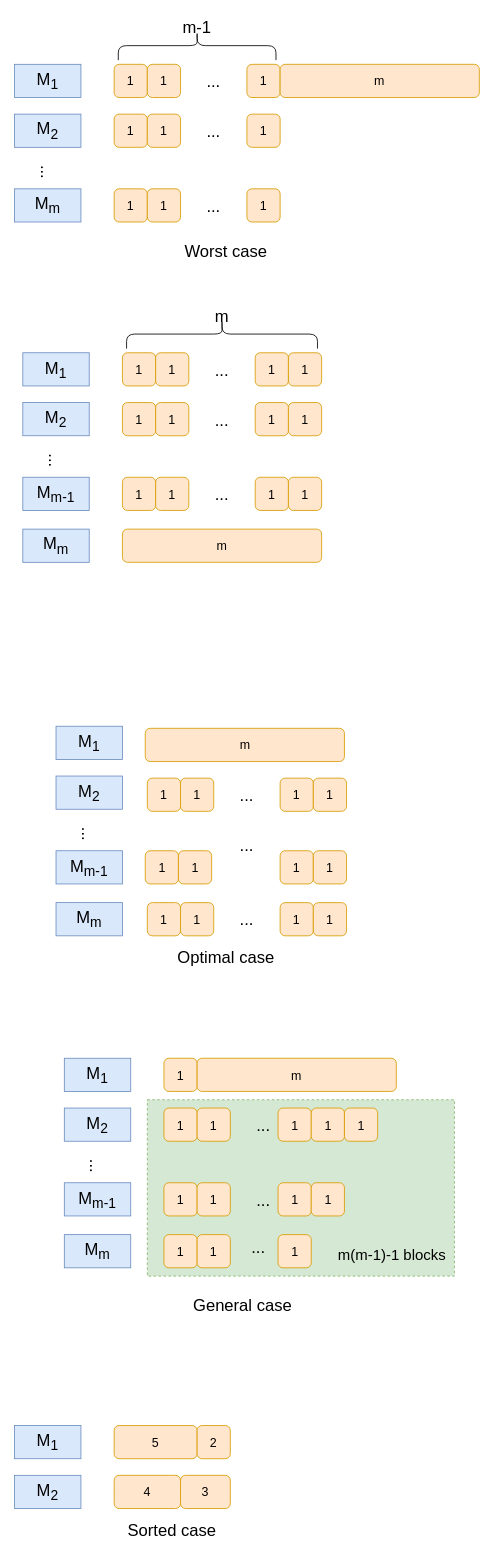
This is 高级算法.drawio from observer426/testForGit, a draw.io file, before an edit. Source tidied: cells renumbered, new cells numbered last; positions are measured from the earlier drawing's top-left corner, leaving out a move shared by most shapes. Both pictures are drawn from the tidied source at 83%, with x=0, y=0 at pixel (14, -34).
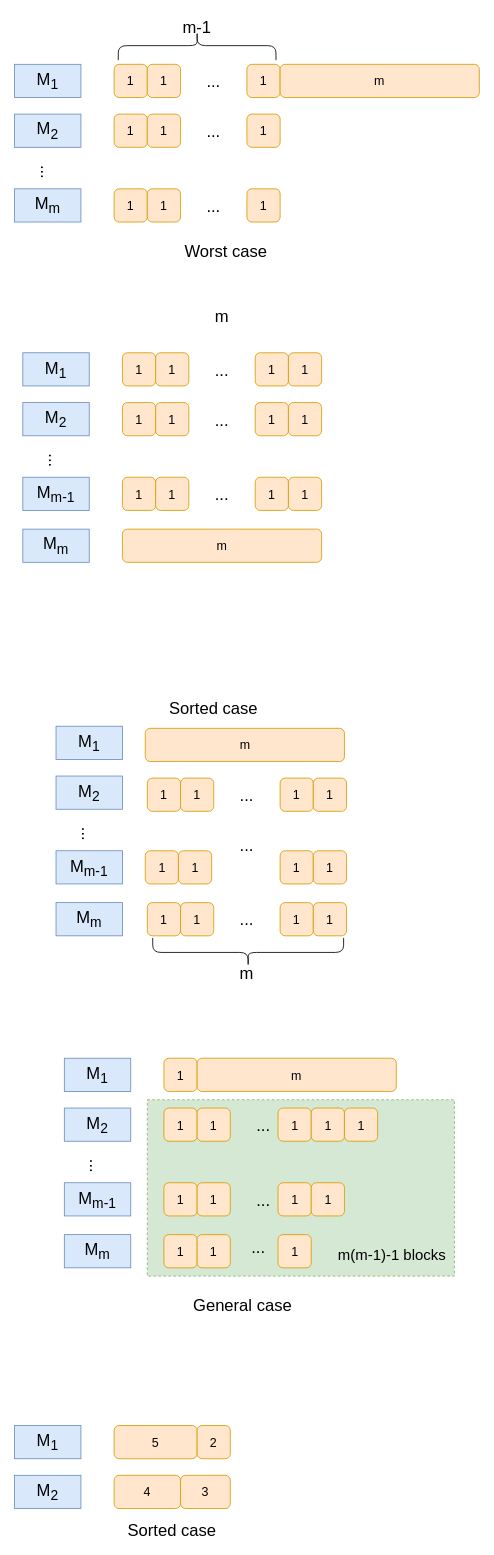
The same page after the edit.

Commit message:
更新高级算法.drawio

The edit, as a diff of the source:
```diff
@@
-    <mxCell id="27" style="shape=curlyBracket;whiteSpace=wrap;html=1;rounded=1;labelPosition=left;verticalLabelPosition=middle;align=right;verticalAlign=middle;rotation=90;" parent="1" vertex="1">
-      <mxGeometry x="232.5" y="328" width="35" height="230" as="geometry" />
+    <mxCell id="27" style="shape=curlyBracket;whiteSpace=wrap;html=1;rounded=1;labelPosition=left;verticalLabelPosition=middle;align=right;verticalAlign=middle;rotation=-90;" parent="1" vertex="1">
+      <mxGeometry x="264" y="1073" width="35" height="230" as="geometry" />
     </mxCell>
@@
-    <mxCell id="41" value="&lt;font style=&quot;font-size: 20px;&quot;&gt;Optimal case&lt;/font&gt;" style="text;html=1;align=center;verticalAlign=middle;whiteSpace=wrap;rounded=0;" parent="1" vertex="1">
-      <mxGeometry x="190" y="1178" width="130" height="30" as="geometry" />
+    <mxCell id="41" value="&lt;font style=&quot;font-size: 20px;&quot;&gt;Sorted case&lt;/font&gt;" style="text;html=1;align=center;verticalAlign=middle;whiteSpace=wrap;rounded=0;" parent="1" vertex="1">
+      <mxGeometry x="175" y="878" width="130" height="30" as="geometry" />
     </mxCell>
@@
+    <mxCell id="99" value="&lt;font style=&quot;font-size: 20px;&quot;&gt;m&lt;/font&gt;" style="text;html=1;align=center;verticalAlign=middle;whiteSpace=wrap;rounded=0;" parent="1" vertex="1">
+      <mxGeometry x="250" y="1198" width="60" height="30" as="geometry" />
+    </mxCell>
```
